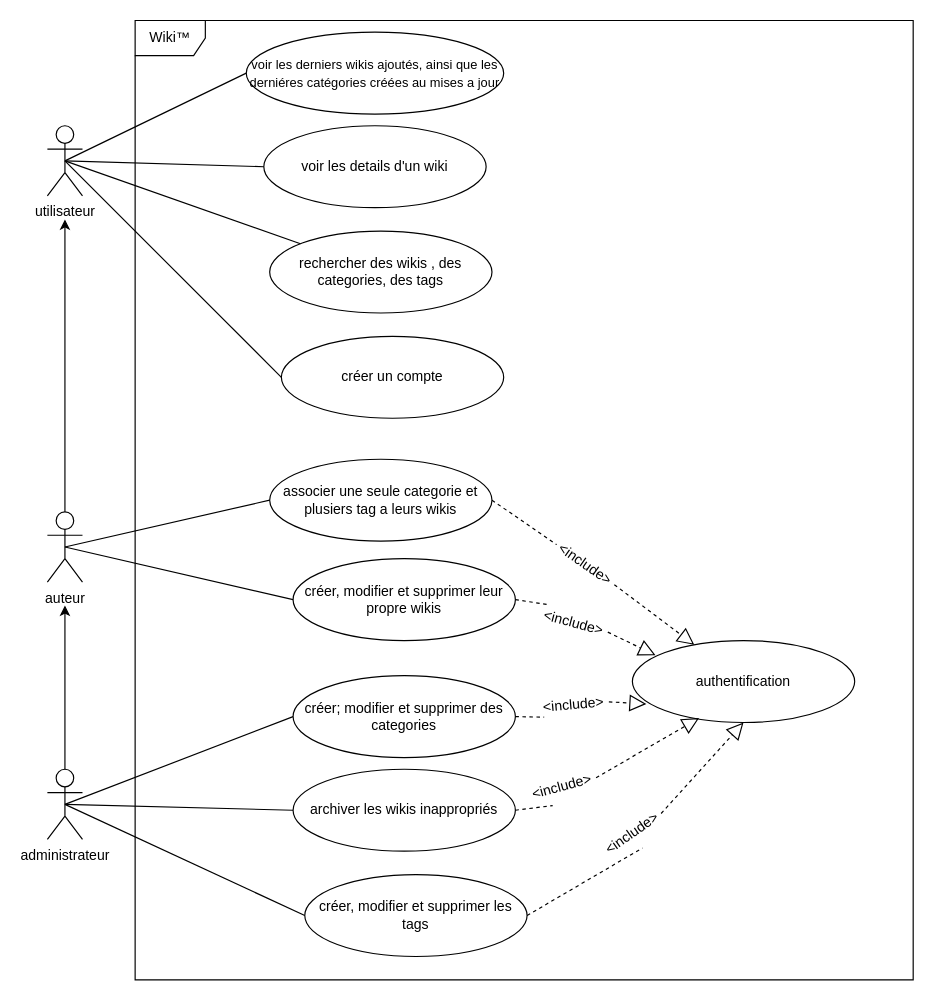
This is Conception/DiagrammeDeCasDutilisations.drawio from salekelfahim/Wiki-, a draw.io file, before an edit. Source tidied: cells renumbered, new cells numbered last; positions are measured from the earlier drawing's top-left corner, leaving out a move shared by most shapes. Both pictures are drawn from the tidied source at 117%, with x=0, y=0 at pixel (47, 20).
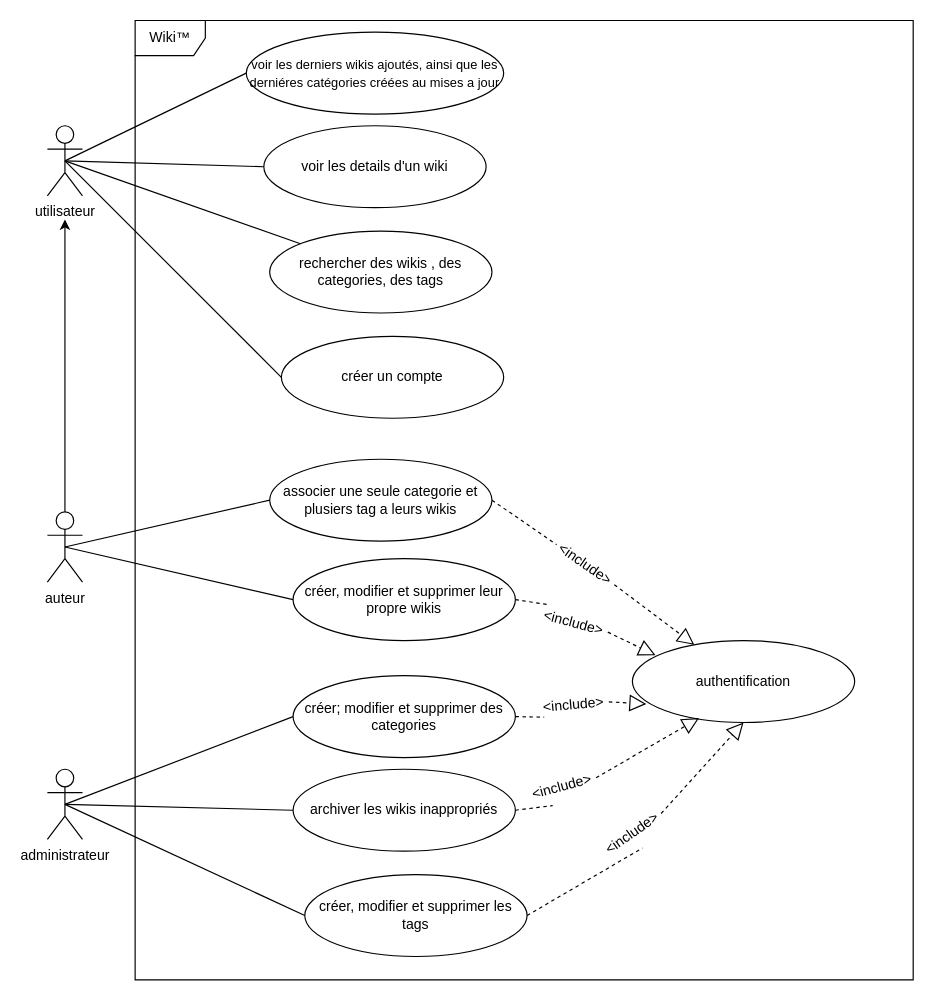
After the change.

The change refers to these unchanged cells:
```xml
<mxCell id="4" value="administrateur" style="shape=umlActor;verticalLabelPosition=bottom;verticalAlign=top;html=1;" parent="1" vertex="1">
  <mxGeometry y="640" width="30" height="60" as="geometry" />
</mxCell>
```

The edit, as a diff of the source:
```diff
@@
-    <mxCell id="21" style="endArrow=classic;html=1;exitX=0.5;exitY=0;exitDx=0;exitDy=0;exitPerimeter=0;" parent="1" edge="1" source="4">
-      <mxGeometry relative="1" as="geometry">
-        <mxPoint x="15" y="500" as="targetPoint" />
-      </mxGeometry>
-    </mxCell>
```
